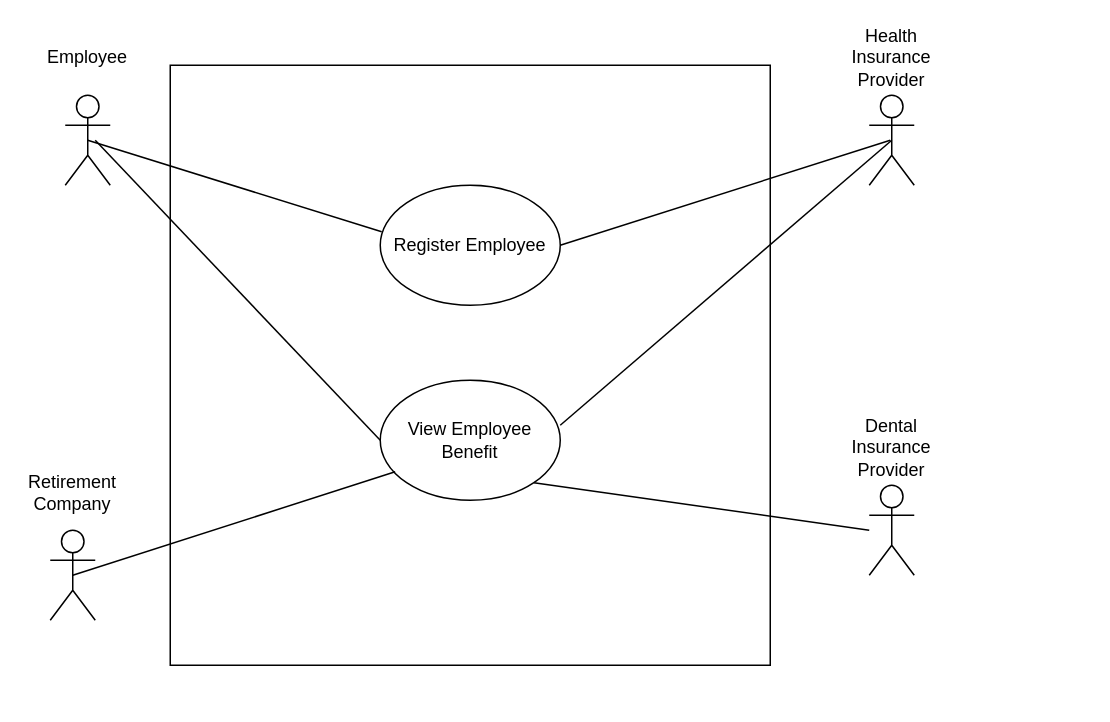
valr337/odinproject keeps this draw.io diagram as INF1001_Lab2.drawio. Above is the earlier version. Source tidied: cells renumbered, new cells numbered last; positions are measured from the earlier drawing's top-left corner, leaving out a move shared by most shapes. Both pictures are drawn from the tidied source at 150%, with x=0, y=0 at pixel (26, 34).
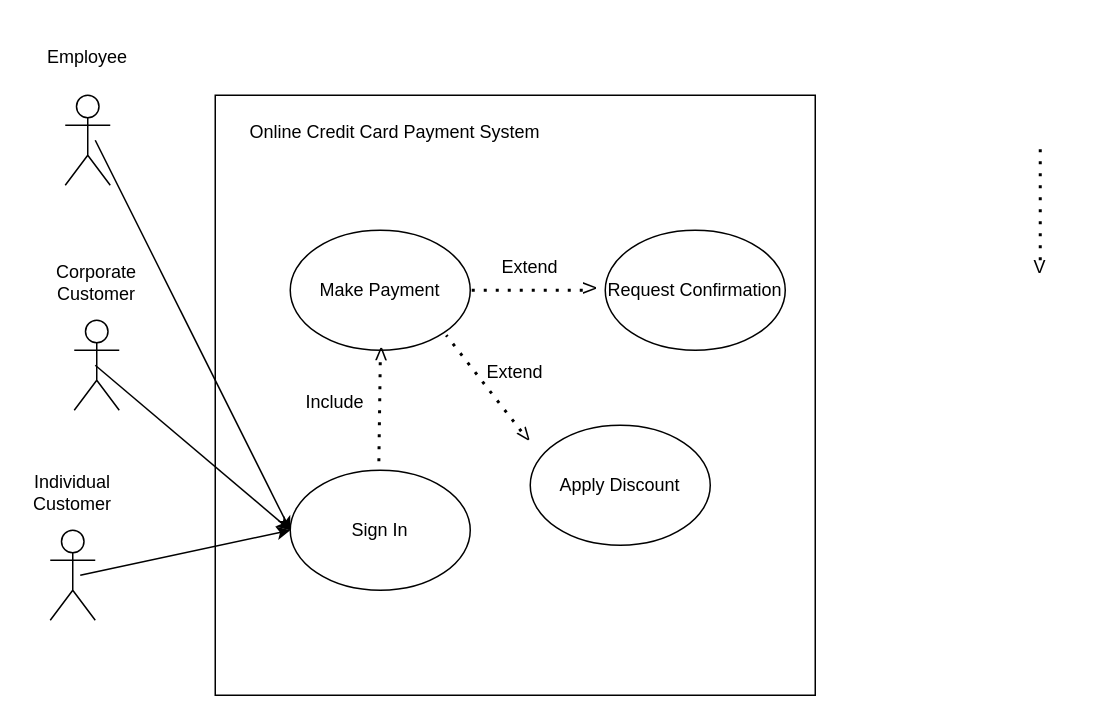
Above is the later version.

Unchanged cells that the change refers to:
```xml
<mxCell id="4" style="group;" parent="3" vertex="1">
  <mxGeometry y="15" width="60" height="85" as="geometry" />
</mxCell>
<mxCell id="8" style="group;" parent="1" vertex="1">
  <mxGeometry y="290" width="61" height="100" as="geometry" />
</mxCell>
<mxCell id="9" style="group;" parent="8" vertex="1">
  <mxGeometry y="15" width="60" height="85" as="geometry" />
</mxCell>
<mxCell id="10" value="Actor" style="shape=umlActor;verticalLabelPosition=bottom;verticalAlign=top;html=1;outlineConnect=0;noLabel=1;labelPadding=0;" parent="9" vertex="1">
  <mxGeometry x="16" y="25" width="30" height="60" as="geometry" />
</mxCell>
<mxCell id="13" style="group;" parent="12" vertex="1">
  <mxGeometry y="15" width="60" height="85" as="geometry" />
</mxCell>
<mxCell id="14" value="Actor" style="shape=umlActor;verticalLabelPosition=bottom;verticalAlign=top;html=1;outlineConnect=0;noLabel=1;labelPadding=0;" parent="13" vertex="1">
  <mxGeometry x="16" y="25" width="30" height="60" as="geometry" />
</mxCell>
```

Change to the diagram source:
```diff
@@
+    <mxCell id="27" style="group;" parent="1" vertex="1">
+      <mxGeometry x="126" y="40" width="400" height="400" as="geometry" />
+    </mxCell>
-    <mxCell id="2" style="whiteSpace=wrap;html=1;" parent="1" vertex="1">
-      <mxGeometry x="96" y="20" width="400" height="400" as="geometry" />
+    <mxCell id="2" style="whiteSpace=wrap;html=1;" parent="27" vertex="1">
+      <mxGeometry width="400" height="400" as="geometry" />
     </mxCell>
+    <mxCell id="28" value="Online Credit Card Payment System" style="text;html=1;align=center;verticalAlign=middle;whiteSpace=wrap;rounded=0;" parent="27" vertex="1">
+      <mxGeometry x="10" y="10" width="220" height="30" as="geometry" />
+    </mxCell>
+    <mxCell id="22" value="&lt;div&gt;Sign In&lt;/div&gt;" style="ellipse;whiteSpace=wrap;html=1;" parent="27" vertex="1">
+      <mxGeometry x="50" y="250" width="120" height="80" as="geometry" />
+    </mxCell>
+    <mxCell id="29" value="Apply Discount" style="ellipse;whiteSpace=wrap;html=1;" parent="27" vertex="1">
+      <mxGeometry x="210" y="220" width="120" height="80" as="geometry" />
+    </mxCell>
+    <mxCell id="21" value="Make Payment" style="ellipse;whiteSpace=wrap;html=1;" parent="27" vertex="1">
+      <mxGeometry x="50" y="90" width="120" height="80" as="geometry" />
+    </mxCell>
+    <mxCell id="30" value="Request Confirmation" style="ellipse;whiteSpace=wrap;html=1;" parent="27" vertex="1">
+      <mxGeometry x="260" y="90" width="120" height="80" as="geometry" />
+    </mxCell>
+    <mxCell id="31" style="group;rotation=-179;" parent="27" vertex="1">
+      <mxGeometry x="80" y="160" width="60" height="90" as="geometry" />
+    </mxCell>
+    <mxCell id="32" style="endArrow=none;dashed=1;html=1;dashPattern=1 3;strokeWidth=2;rounded=0;" parent="31" edge="1">
+      <mxGeometry relative="1" as="geometry">
+        <mxPoint x="30" y="18" as="sourcePoint" />
+        <mxPoint x="29" y="90" as="targetPoint" />
+      </mxGeometry>
+    </mxCell>
+    <mxCell id="33" value="V" style="text;html=1;align=center;verticalAlign=middle;whiteSpace=wrap;rounded=0;rotation=-179;" parent="31" vertex="1">
+      <mxGeometry x="1" width="60" height="27" as="geometry" />
+    </mxCell>
+    <mxCell id="34" style="group;rotation=-38;" parent="27" vertex="1">
+      <mxGeometry x="155" y="150" width="60" height="100" as="geometry" />
+    </mxCell>
+    <mxCell id="35" style="endArrow=none;dashed=1;html=1;dashPattern=1 3;strokeWidth=2;rounded=0;" parent="34" edge="1">
+      <mxGeometry relative="1" as="geometry">
+        <mxPoint x="49" y="74" as="sourcePoint" />
+        <mxPoint x="-1" y="10" as="targetPoint" />
+      </mxGeometry>
+    </mxCell>
+    <mxCell id="36" value="V" style="text;html=1;align=center;verticalAlign=middle;whiteSpace=wrap;rounded=0;rotation=-38;" parent="34" vertex="1">
+      <mxGeometry x="22" y="62" width="60" height="30" as="geometry" />
+    </mxCell>
+    <mxCell id="37" style="group;rotation=-90;" parent="27" vertex="1">
+      <mxGeometry x="185" y="80" width="60" height="100" as="geometry" />
+    </mxCell>
+    <mxCell id="38" style="endArrow=none;dashed=1;html=1;dashPattern=1 3;strokeWidth=2;rounded=0;" parent="37" edge="1">
+      <mxGeometry relative="1" as="geometry">
+        <mxPoint x="60" y="50" as="sourcePoint" />
+        <mxPoint x="-20" y="50" as="targetPoint" />
+      </mxGeometry>
+    </mxCell>
+    <mxCell id="39" value="V" style="text;html=1;align=center;verticalAlign=middle;whiteSpace=wrap;rounded=0;rotation=-90;" parent="37" vertex="1">
+      <mxGeometry x="35" y="34" width="60" height="30" as="geometry" />
+    </mxCell>
+    <mxCell id="40" value="Include" style="text;html=1;align=center;verticalAlign=middle;whiteSpace=wrap;rounded=0;" parent="27" vertex="1">
+      <mxGeometry x="50" y="190" width="60" height="30" as="geometry" />
+    </mxCell>
+    <mxCell id="41" value="Extend" style="text;html=1;align=center;verticalAlign=middle;whiteSpace=wrap;rounded=0;" parent="27" vertex="1">
+      <mxGeometry x="170" y="170" width="60" height="30" as="geometry" />
+    </mxCell>
+    <mxCell id="42" value="Extend" style="text;html=1;align=center;verticalAlign=middle;whiteSpace=wrap;rounded=0;" parent="27" vertex="1">
+      <mxGeometry x="180" y="100" width="60" height="30" as="geometry" />
+    </mxCell>
     <mxCell id="3" style="group;" parent="1" vertex="1">
-      <mxGeometry x="546" y="260" width="61" height="100" as="geometry" />
+      <mxGeometry x="16" y="150" width="61" height="100" as="geometry" />
     </mxCell>
@@
-    <mxCell id="6" style="endArrow=none;html=1;rounded=0;exitX=1;exitY=1;exitDx=0;exitDy=0;" parent="4" edge="1" source="22">
-      <mxGeometry relative="1" as="geometry">
-        <mxPoint x="16" y="55" as="targetPoint" />
-      </mxGeometry>
-    </mxCell>
-    <mxCell id="7" value="Dental Insurance Provider" style="text;html=1;align=center;verticalAlign=middle;whiteSpace=wrap;rounded=0;" parent="3" vertex="1">
+    <mxCell id="7" value="Corporate Customer" style="text;html=1;align=center;verticalAlign=middle;whiteSpace=wrap;rounded=0;" parent="3" vertex="1">
       <mxGeometry x="1" width="60" height="30" as="geometry" />
     </mxCell>
@@
+    <mxCell id="43" style="endArrow=classic;html=1;rounded=0;entryX=0;entryY=0.5;entryDx=0;entryDy=0;" parent="9" edge="1" target="22">
+      <mxGeometry relative="1" as="geometry">
+        <mxPoint x="36" y="55" as="sourcePoint" />
+      </mxGeometry>
+    </mxCell>
-    <mxCell id="11" value="Retirement Company" style="text;html=1;align=center;verticalAlign=middle;whiteSpace=wrap;rounded=0;" parent="8" vertex="1">
+    <mxCell id="11" value="Individual Customer" style="text;html=1;align=center;verticalAlign=middle;whiteSpace=wrap;rounded=0;" parent="8" vertex="1">
       <mxGeometry x="1" width="60" height="30" as="geometry" />
     </mxCell>
@@
-    <mxCell id="15" style="endArrow=none;html=1;rounded=0;exitX=0;exitY=0.5;exitDx=0;exitDy=0;" parent="13" edge="1" source="22">
-      <mxGeometry relative="1" as="geometry">
-        <mxPoint x="36" y="55" as="targetPoint" />
-      </mxGeometry>
-    </mxCell>
@@
-    <mxCell id="17" style="group;" parent="1" vertex="1">
-      <mxGeometry x="546" width="61" height="100" as="geometry" />
-    </mxCell>
-    <mxCell id="18" style="group;" parent="17" vertex="1">
-      <mxGeometry y="15" width="60" height="85" as="geometry" />
-    </mxCell>
-    <mxCell id="19" value="Actor" style="shape=umlActor;verticalLabelPosition=bottom;verticalAlign=top;html=1;outlineConnect=0;noLabel=1;labelPadding=0;" parent="18" vertex="1">
-      <mxGeometry x="16" y="25" width="30" height="60" as="geometry" />
-    </mxCell>
-    <mxCell id="20" value="Health Insurance Provider" style="text;html=1;align=center;verticalAlign=middle;whiteSpace=wrap;rounded=0;" parent="17" vertex="1">
-      <mxGeometry x="1" width="60" height="30" as="geometry" />
-    </mxCell>
-    <mxCell id="21" value="Register Employee" style="ellipse;whiteSpace=wrap;html=1;" parent="1" vertex="1">
-      <mxGeometry x="236" y="100" width="120" height="80" as="geometry" />
-    </mxCell>
-    <mxCell id="22" value="View Employee Benefit" style="ellipse;whiteSpace=wrap;html=1;" parent="1" vertex="1">
-      <mxGeometry x="236" y="230" width="120" height="80" as="geometry" />
-    </mxCell>
-    <mxCell id="23" style="endArrow=none;html=1;rounded=0;entryX=0.008;entryY=0.388;entryDx=0;entryDy=0;entryPerimeter=0;exitX=0.5;exitY=0.5;exitDx=0;exitDy=0;exitPerimeter=0;" parent="1" edge="1" source="14" target="21">
-      <mxGeometry relative="1" as="geometry" />
-    </mxCell>
-    <mxCell id="24" style="endArrow=none;html=1;rounded=0;entryX=0.083;entryY=0.763;entryDx=0;entryDy=0;entryPerimeter=0;exitX=0.5;exitY=0.5;exitDx=0;exitDy=0;exitPerimeter=0;" parent="1" edge="1" source="10" target="22">
-      <mxGeometry relative="1" as="geometry" />
-    </mxCell>
-    <mxCell id="25" style="endArrow=none;html=1;rounded=0;entryX=0.5;entryY=0.5;entryDx=0;entryDy=0;entryPerimeter=0;" parent="1" edge="1" target="19">
-      <mxGeometry relative="1" as="geometry">
-        <mxPoint x="356" y="260" as="sourcePoint" />
-      </mxGeometry>
-    </mxCell>
-    <mxCell id="26" style="endArrow=none;html=1;rounded=0;exitX=1;exitY=0.5;exitDx=0;exitDy=0;" parent="1" edge="1" source="21">
-      <mxGeometry relative="1" as="geometry">
-        <mxPoint x="576" y="70" as="targetPoint" />
-      </mxGeometry>
-    </mxCell>
+    <mxCell id="44" style="endArrow=classic;html=1;rounded=0;entryX=0;entryY=0.5;entryDx=0;entryDy=0;" parent="1" edge="1" target="22">
+      <mxGeometry relative="1" as="geometry">
+        <mxPoint x="46" y="70" as="sourcePoint" />
+      </mxGeometry>
+    </mxCell>
+    <mxCell id="45" style="group;" parent="1" vertex="1">
+      <mxGeometry x="646" y="70" width="60" height="100" as="geometry" />
+    </mxCell>
+    <mxCell id="46" style="endArrow=none;dashed=1;html=1;dashPattern=1 3;strokeWidth=2;rounded=0;" parent="45" edge="1">
+      <mxGeometry relative="1" as="geometry">
+        <mxPoint x="30" y="80" as="sourcePoint" />
+        <mxPoint x="30" as="targetPoint" />
+      </mxGeometry>
+    </mxCell>
+    <mxCell id="47" value="V" style="text;html=1;align=center;verticalAlign=middle;whiteSpace=wrap;rounded=0;" parent="45" vertex="1">
+      <mxGeometry y="70" width="60" height="30" as="geometry" />
+    </mxCell>
+    <mxCell id="48" style="endArrow=classic;html=1;rounded=0;entryX=0;entryY=0.5;entryDx=0;entryDy=0;" parent="1" edge="1" target="22">
+      <mxGeometry relative="1" as="geometry">
+        <mxPoint x="46" y="220" as="sourcePoint" />
+      </mxGeometry>
+    </mxCell>
```
